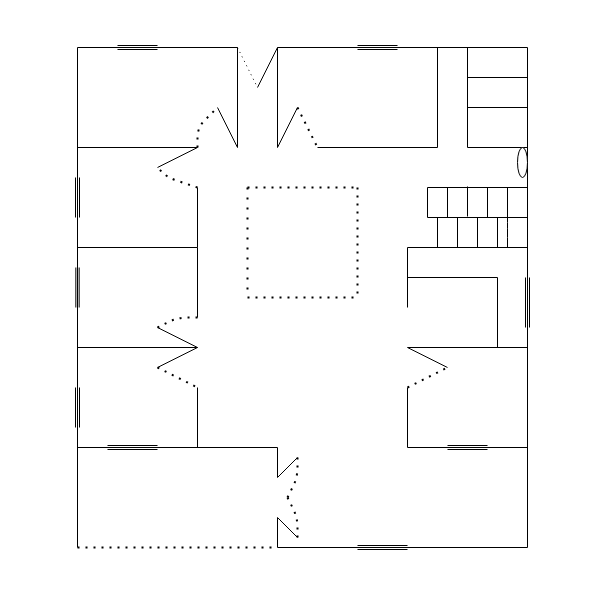
The draw.io diagram Untitled Diagram.drawio in suryaprakashv/WebApplication1, before the edit. Source tidied: cells renumbered, new cells numbered last; positions are measured from the earlier drawing's top-left corner, leaving out a move shared by most shapes. Both pictures are drawn from the tidied source at 100%, with x=0, y=0 at pixel (77, 47).
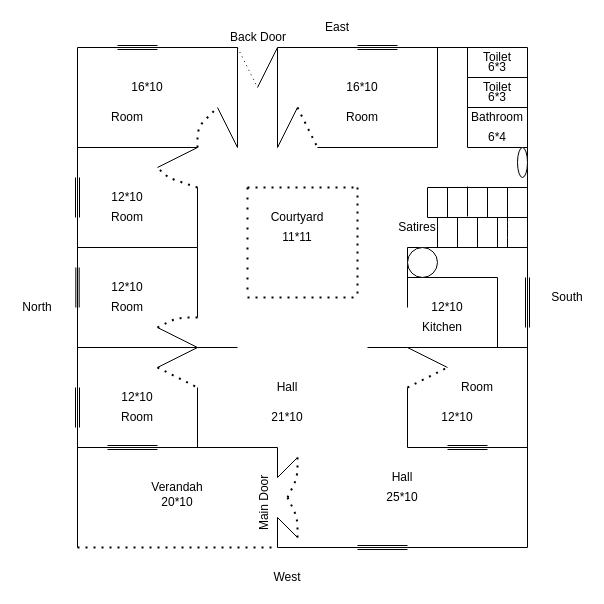
After the change.

Change to the diagram source:
```diff
@@
+    <mxCell id="76" value="11*11" style="text;html=1;strokeColor=none;fillColor=none;align=center;verticalAlign=middle;whiteSpace=wrap;rounded=0;" parent="1" vertex="1">
+      <mxGeometry x="200" y="180" width="40" height="20" as="geometry" />
+    </mxCell>
+    <mxCell id="77" value="12*10" style="text;html=1;strokeColor=none;fillColor=none;align=center;verticalAlign=middle;whiteSpace=wrap;rounded=0;" parent="1" vertex="1">
+      <mxGeometry x="40" y="340" width="40" height="20" as="geometry" />
+    </mxCell>
+    <mxCell id="78" value="12*10" style="text;html=1;strokeColor=none;fillColor=none;align=center;verticalAlign=middle;whiteSpace=wrap;rounded=0;" parent="1" vertex="1">
+      <mxGeometry x="30" y="230" width="40" height="20" as="geometry" />
+    </mxCell>
+    <mxCell id="79" value="12*10" style="text;html=1;strokeColor=none;fillColor=none;align=center;verticalAlign=middle;whiteSpace=wrap;rounded=0;" parent="1" vertex="1">
+      <mxGeometry x="30" y="140" width="40" height="20" as="geometry" />
+    </mxCell>
+    <mxCell id="80" value="12*10" style="text;html=1;strokeColor=none;fillColor=none;align=center;verticalAlign=middle;whiteSpace=wrap;rounded=0;" parent="1" vertex="1">
+      <mxGeometry x="360" y="360" width="40" height="20" as="geometry" />
+    </mxCell>
+    <mxCell id="81" value="12*10" style="text;html=1;strokeColor=none;fillColor=none;align=center;verticalAlign=middle;whiteSpace=wrap;rounded=0;" parent="1" vertex="1">
+      <mxGeometry x="350" y="250" width="40" height="20" as="geometry" />
+    </mxCell>
+    <mxCell id="82" value="16*10" style="text;html=1;strokeColor=none;fillColor=none;align=center;verticalAlign=middle;whiteSpace=wrap;rounded=0;" parent="1" vertex="1">
+      <mxGeometry x="50" y="30" width="40" height="20" as="geometry" />
+    </mxCell>
+    <mxCell id="83" value="16*10" style="text;html=1;strokeColor=none;fillColor=none;align=center;verticalAlign=middle;whiteSpace=wrap;rounded=0;" parent="1" vertex="1">
+      <mxGeometry x="265" y="30" width="40" height="20" as="geometry" />
+    </mxCell>
+    <mxCell id="84" value="6*3" style="text;html=1;strokeColor=none;fillColor=none;align=center;verticalAlign=middle;whiteSpace=wrap;rounded=0;" parent="1" vertex="1">
+      <mxGeometry x="400" y="10" width="40" height="20" as="geometry" />
+    </mxCell>
+    <mxCell id="85" value="6*3" style="text;html=1;strokeColor=none;fillColor=none;align=center;verticalAlign=middle;whiteSpace=wrap;rounded=0;" parent="1" vertex="1">
+      <mxGeometry x="400" y="40" width="40" height="20" as="geometry" />
+    </mxCell>
+    <mxCell id="86" value="6*4" style="text;html=1;strokeColor=none;fillColor=none;align=center;verticalAlign=middle;whiteSpace=wrap;rounded=0;" parent="1" vertex="1">
+      <mxGeometry x="400" y="80" width="40" height="20" as="geometry" />
+    </mxCell>
+    <mxCell id="87" value="25*10" style="text;html=1;strokeColor=none;fillColor=none;align=center;verticalAlign=middle;whiteSpace=wrap;rounded=0;" parent="1" vertex="1">
+      <mxGeometry x="305" y="440" width="40" height="20" as="geometry" />
+    </mxCell>
+    <mxCell id="88" style="ellipse;whiteSpace=wrap;html=1;" parent="1" vertex="1">
+      <mxGeometry x="330" y="200" width="30" height="30" as="geometry" />
+    </mxCell>
+    <mxCell id="89" value="East" style="text;html=1;strokeColor=none;fillColor=none;align=center;verticalAlign=middle;whiteSpace=wrap;rounded=0;" parent="1" vertex="1">
+      <mxGeometry x="240" y="-30" width="40" height="20" as="geometry" />
+    </mxCell>
+    <mxCell id="90" value="West" style="text;html=1;strokeColor=none;fillColor=none;align=center;verticalAlign=middle;whiteSpace=wrap;rounded=0;" parent="1" vertex="1">
+      <mxGeometry x="190" y="520" width="40" height="20" as="geometry" />
+    </mxCell>
+    <mxCell id="91" value="South" style="text;html=1;strokeColor=none;fillColor=none;align=center;verticalAlign=middle;whiteSpace=wrap;rounded=0;" parent="1" vertex="1">
+      <mxGeometry x="470" y="240" width="40" height="20" as="geometry" />
+    </mxCell>
+    <mxCell id="92" value="North" style="text;html=1;strokeColor=none;fillColor=none;align=center;verticalAlign=middle;whiteSpace=wrap;rounded=0;" parent="1" vertex="1">
+      <mxGeometry x="-60" y="250" width="40" height="20" as="geometry" />
+    </mxCell>
+    <mxCell id="93" value="Toilet" style="text;html=1;strokeColor=none;fillColor=none;align=center;verticalAlign=middle;whiteSpace=wrap;rounded=0;" parent="1" vertex="1">
+      <mxGeometry x="400" width="40" height="20" as="geometry" />
+    </mxCell>
+    <mxCell id="94" value="Toilet" style="text;html=1;strokeColor=none;fillColor=none;align=center;verticalAlign=middle;whiteSpace=wrap;rounded=0;" parent="1" vertex="1">
+      <mxGeometry x="400" y="30" width="40" height="20" as="geometry" />
+    </mxCell>
+    <mxCell id="95" value="Bathroom" style="text;html=1;strokeColor=none;fillColor=none;align=center;verticalAlign=middle;whiteSpace=wrap;rounded=0;" parent="1" vertex="1">
+      <mxGeometry x="400" y="60" width="40" height="20" as="geometry" />
+    </mxCell>
+    <mxCell id="96" value="Room" style="text;html=1;strokeColor=none;fillColor=none;align=center;verticalAlign=middle;whiteSpace=wrap;rounded=0;" parent="1" vertex="1">
+      <mxGeometry x="30" y="60" width="40" height="20" as="geometry" />
+    </mxCell>
+    <mxCell id="97" value="Room" style="text;html=1;strokeColor=none;fillColor=none;align=center;verticalAlign=middle;whiteSpace=wrap;rounded=0;" parent="1" vertex="1">
+      <mxGeometry x="265" y="60" width="40" height="20" as="geometry" />
+    </mxCell>
+    <mxCell id="98" value="Room" style="text;html=1;strokeColor=none;fillColor=none;align=center;verticalAlign=middle;whiteSpace=wrap;rounded=0;" parent="1" vertex="1">
+      <mxGeometry x="30" y="160" width="40" height="20" as="geometry" />
+    </mxCell>
+    <mxCell id="99" value="Room" style="text;html=1;strokeColor=none;fillColor=none;align=center;verticalAlign=middle;whiteSpace=wrap;rounded=0;" parent="1" vertex="1">
+      <mxGeometry x="30" y="250" width="40" height="20" as="geometry" />
+    </mxCell>
+    <mxCell id="100" value="Room" style="text;html=1;strokeColor=none;fillColor=none;align=center;verticalAlign=middle;whiteSpace=wrap;rounded=0;" parent="1" vertex="1">
+      <mxGeometry x="40" y="360" width="40" height="20" as="geometry" />
+    </mxCell>
+    <mxCell id="101" value="Room" style="text;html=1;strokeColor=none;fillColor=none;align=center;verticalAlign=middle;whiteSpace=wrap;rounded=0;" parent="1" vertex="1">
+      <mxGeometry x="380" y="330" width="40" height="20" as="geometry" />
+    </mxCell>
+    <mxCell id="102" value="Hall" style="text;html=1;strokeColor=none;fillColor=none;align=center;verticalAlign=middle;whiteSpace=wrap;rounded=0;" parent="1" vertex="1">
+      <mxGeometry x="190" y="330" width="40" height="20" as="geometry" />
+    </mxCell>
+    <mxCell id="103" value="Hall" style="text;html=1;strokeColor=none;fillColor=none;align=center;verticalAlign=middle;whiteSpace=wrap;rounded=0;" parent="1" vertex="1">
+      <mxGeometry x="305" y="420" width="40" height="20" as="geometry" />
+    </mxCell>
+    <mxCell id="104" value="21*10" style="text;html=1;strokeColor=none;fillColor=none;align=center;verticalAlign=middle;whiteSpace=wrap;rounded=0;" parent="1" vertex="1">
+      <mxGeometry x="190" y="360" width="40" height="20" as="geometry" />
+    </mxCell>
+    <mxCell id="105" value="20*10" style="text;html=1;strokeColor=none;fillColor=none;align=center;verticalAlign=middle;whiteSpace=wrap;rounded=0;" parent="1" vertex="1">
+      <mxGeometry x="80" y="440" width="40" height="30" as="geometry" />
+    </mxCell>
+    <mxCell id="106" value="Verandah" style="text;html=1;strokeColor=none;fillColor=none;align=center;verticalAlign=middle;whiteSpace=wrap;rounded=0;" parent="1" vertex="1">
+      <mxGeometry x="80" y="430" width="40" height="20" as="geometry" />
+    </mxCell>
+    <mxCell id="107" value="Kitchen" style="text;html=1;strokeColor=none;fillColor=none;align=center;verticalAlign=middle;whiteSpace=wrap;rounded=0;" parent="1" vertex="1">
+      <mxGeometry x="345" y="270" width="40" height="20" as="geometry" />
+    </mxCell>
+    <mxCell id="108" value="Satires" style="text;html=1;strokeColor=none;fillColor=none;align=center;verticalAlign=middle;whiteSpace=wrap;rounded=0;" parent="1" vertex="1">
+      <mxGeometry x="320" y="170" width="40" height="20" as="geometry" />
+    </mxCell>
+    <mxCell id="109" value="Courtyard" style="text;html=1;strokeColor=none;fillColor=none;align=center;verticalAlign=middle;whiteSpace=wrap;rounded=0;" parent="1" vertex="1">
+      <mxGeometry x="200" y="160" width="40" height="20" as="geometry" />
+    </mxCell>
+    <mxCell id="110" style="endArrow=none;html=1;" parent="1" edge="1">
+      <mxGeometry relative="1" as="geometry">
+        <mxPoint x="120" y="300" as="sourcePoint" />
+        <mxPoint x="160" y="300" as="targetPoint" />
+      </mxGeometry>
+    </mxCell>
+    <mxCell id="111" style="endArrow=none;html=1;" parent="1" edge="1">
+      <mxGeometry relative="1" as="geometry">
+        <mxPoint x="290" y="300" as="sourcePoint" />
+        <mxPoint x="330" y="300" as="targetPoint" />
+      </mxGeometry>
+    </mxCell>
+    <mxCell id="112" value="Main Door" style="text;html=1;strokeColor=none;fillColor=none;align=center;verticalAlign=middle;whiteSpace=wrap;rounded=0;rotation=-90;" parent="1" vertex="1">
+      <mxGeometry x="152.4" y="445" width="70" height="20" as="geometry" />
+    </mxCell>
+    <mxCell id="113" value="Back Door" style="text;html=1;strokeColor=none;fillColor=none;align=center;verticalAlign=middle;whiteSpace=wrap;rounded=0;" parent="1" vertex="1">
+      <mxGeometry x="140.4" y="-20" width="82" height="20" as="geometry" />
+    </mxCell>
```
